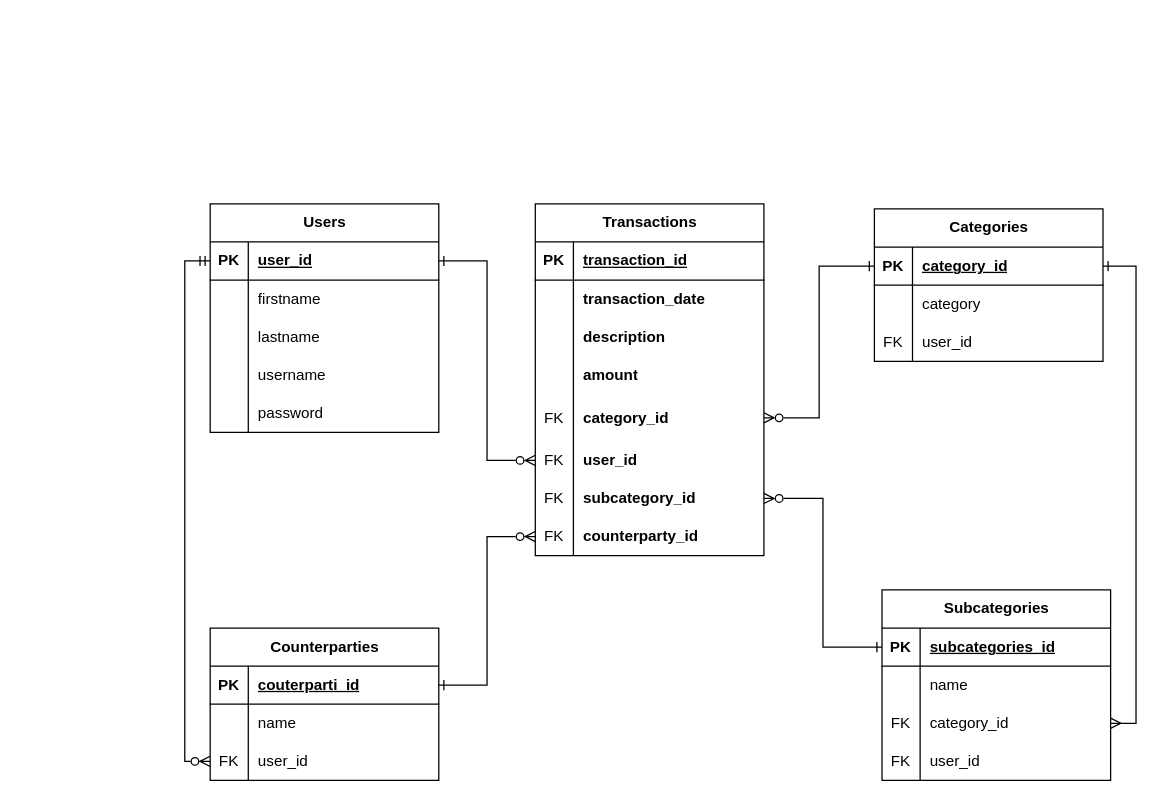
Above: ERDiagram.drawio in lunaf-github/smartbudget (draw.io), before the change. Source tidied: cells renumbered, new cells numbered last; positions are measured from the earlier drawing's top-left corner, leaving out a move shared by most shapes. Both pictures are drawn from the tidied source at 127%, with x=0, y=0 at pixel (210, 203).
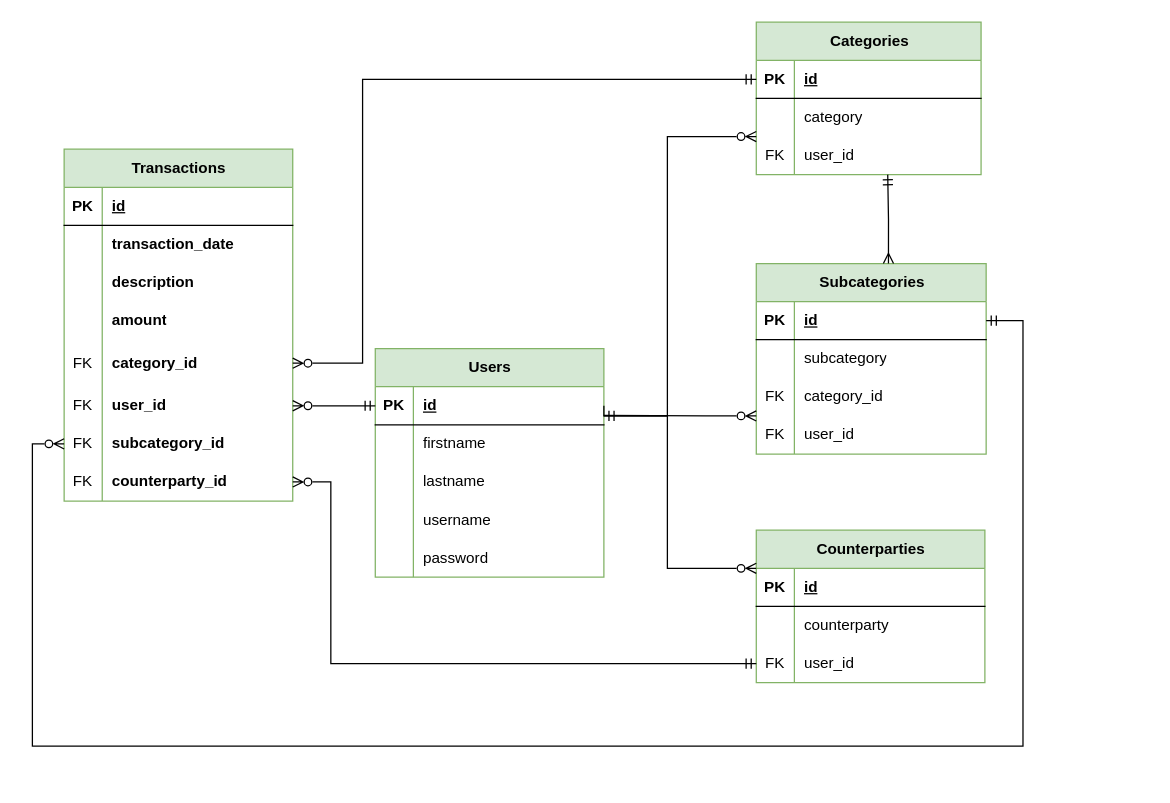
Above is the later version.

Commit message (it also covers changes not shown here):
update ERD diagram

The change refers to these unchanged cells:
```xml
<mxCell id="3" style="shape=tableRow;horizontal=0;startSize=0;swimlaneHead=0;swimlaneBody=0;fillColor=none;top=0;left=0;right=0;bottom=1;" parent="2" vertex="1">
  <mxGeometry y="30" width="180" height="30" as="geometry" />
</mxCell>
<mxCell id="17" value="category_id" style="shape=partialRectangle;fillColor=none;top=0;left=0;bottom=0;right=0;align=left;spacingLeft=6;overflow=hidden;whiteSpace=wrap;html=1;fontStyle=1;" parent="15" vertex="1">
  <mxGeometry x="30" width="150" height="37" as="geometry" />
</mxCell>
<mxCell id="19" value="FK" style="shape=partialRectangle;fillColor=none;top=0;left=0;bottom=0;right=0;overflow=hidden;whiteSpace=wrap;html=1;" parent="18" vertex="1">
  <mxGeometry width="30" height="30" as="geometry" />
</mxCell>
<mxCell id="20" value="user_id" style="shape=partialRectangle;fillColor=none;top=0;left=0;bottom=0;right=0;align=left;spacingLeft=6;overflow=hidden;whiteSpace=wrap;html=1;fontStyle=1;" parent="18" vertex="1">
  <mxGeometry x="30" width="150" height="30" as="geometry" />
</mxCell>
<mxCell id="22" value="FK" style="shape=partialRectangle;fillColor=none;top=0;left=0;bottom=0;right=0;overflow=hidden;whiteSpace=wrap;html=1;" parent="21" vertex="1">
  <mxGeometry width="30" height="30" as="geometry" />
</mxCell>
<mxCell id="23" value="subcategory_id" style="shape=partialRectangle;fillColor=none;top=0;left=0;bottom=0;right=0;align=left;spacingLeft=6;overflow=hidden;whiteSpace=wrap;html=1;fontStyle=1;" parent="21" vertex="1">
  <mxGeometry x="30" width="150" height="30" as="geometry" />
</mxCell>
<mxCell id="24" style="shape=tableRow;horizontal=0;startSize=0;swimlaneHead=0;swimlaneBody=0;fillColor=none;points=[[0,0.5],[1,0.5]];portConstraint=eastwest;top=0;left=0;right=0;bottom=0;" parent="2" vertex="1">
  <mxGeometry y="247" width="180" height="30" as="geometry" />
</mxCell>
<mxCell id="26" value="counterparty_id" style="shape=partialRectangle;fillColor=none;top=0;left=0;bottom=0;right=0;align=left;spacingLeft=6;overflow=hidden;whiteSpace=wrap;html=1;fontStyle=1;" parent="24" vertex="1">
  <mxGeometry x="30" width="150" height="30" as="geometry" />
</mxCell>
<mxCell id="35" value="FK" style="shape=partialRectangle;fillColor=none;top=0;left=0;bottom=0;right=0;overflow=hidden;whiteSpace=wrap;html=1;" parent="34" vertex="1">
  <mxGeometry width="30" height="30" as="geometry" />
</mxCell>
<mxCell id="48" value="FK" style="shape=partialRectangle;fillColor=none;top=0;left=0;bottom=0;right=0;overflow=hidden;whiteSpace=wrap;html=1;" parent="47" vertex="1">
  <mxGeometry width="30" height="30" as="geometry" />
</mxCell>
<mxCell id="53" style="shape=tableRow;horizontal=0;startSize=0;swimlaneHead=0;swimlaneBody=0;fillColor=none;top=0;left=0;right=0;bottom=1;" parent="52" vertex="1">
  <mxGeometry y="30" width="180" height="30" as="geometry" />
</mxCell>
<mxCell id="54" value="PK" style="shape=partialRectangle;fillColor=none;top=0;left=0;bottom=0;right=0;fontStyle=1;overflow=hidden;whiteSpace=wrap;html=1;" parent="53" vertex="1">
  <mxGeometry width="30" height="30" as="geometry" />
</mxCell>
<mxCell id="56" style="shape=tableRow;horizontal=0;startSize=0;swimlaneHead=0;swimlaneBody=0;fillColor=none;top=0;left=0;right=0;bottom=0;" parent="52" vertex="1">
  <mxGeometry y="60" width="180" height="30" as="geometry" />
</mxCell>
<mxCell id="60" value="FK" style="shape=partialRectangle;fillColor=none;top=0;left=0;bottom=0;right=0;overflow=hidden;whiteSpace=wrap;html=1;" parent="59" vertex="1">
  <mxGeometry width="30" height="30" as="geometry" />
</mxCell>
<mxCell id="65" style="shape=tableRow;horizontal=0;startSize=0;swimlaneHead=0;swimlaneBody=0;fillColor=none;top=0;left=0;right=0;bottom=1;" parent="64" vertex="1">
  <mxGeometry y="30" width="180" height="30" as="geometry" />
</mxCell>
<mxCell id="66" value="PK" style="shape=partialRectangle;fillColor=none;top=0;left=0;bottom=0;right=0;fontStyle=1;overflow=hidden;whiteSpace=wrap;html=1;" parent="65" vertex="1">
  <mxGeometry width="30" height="30" as="geometry" />
</mxCell>
```

Change to the diagram source:
```diff
@@
-    <mxCell id="2" value="Transactions" style="shape=table;startSize=30;childLayout=tableLayout;rowLines=0;fontStyle=1;align=center;html=1;" parent="1" vertex="1">
-      <mxGeometry x="256" width="180" height="277" as="geometry" />
+    <mxCell id="2" value="Transactions" style="shape=table;startSize=30;childLayout=tableLayout;rowLines=0;fontStyle=1;align=center;html=1;fillColor=#d5e8d4;strokeColor=#82b366;" parent="1" vertex="1">
+      <mxGeometry x="-115" y="-43" width="180" height="277" as="geometry" />
     </mxCell>
@@
-    <mxCell id="5" value="transaction_id" style="shape=partialRectangle;fillColor=none;top=0;left=0;bottom=0;right=0;align=left;spacingLeft=6;fontStyle=5;overflow=hidden;whiteSpace=wrap;html=1;" parent="3" vertex="1">
+    <mxCell id="5" value="id" style="shape=partialRectangle;fillColor=none;top=0;left=0;bottom=0;right=0;align=left;spacingLeft=6;fontStyle=5;overflow=hidden;whiteSpace=wrap;html=1;" parent="3" vertex="1">
       <mxGeometry x="30" width="150" height="30" as="geometry" />
     </mxCell>
@@
-    <mxCell id="27" value="Categories" style="shape=table;startSize=30;childLayout=tableLayout;rowLines=0;fontStyle=1;align=center;html=1;" parent="1" vertex="1">
-      <mxGeometry x="523" y="4" width="180" height="120" as="geometry" />
+    <mxCell id="27" value="Categories" style="shape=table;startSize=30;childLayout=tableLayout;rowLines=0;fontStyle=1;align=center;html=1;fillColor=#d5e8d4;strokeColor=#82b366;" parent="1" vertex="1">
+      <mxGeometry x="430" y="-143" width="177" height="120" as="geometry" />
     </mxCell>
     <mxCell id="28" style="shape=tableRow;horizontal=0;startSize=0;swimlaneHead=0;swimlaneBody=0;fillColor=none;points=[[0,0.5],[1,0.5]];portConstraint=eastwest;top=0;left=0;right=0;bottom=1;" parent="27" vertex="1">
-      <mxGeometry y="30" width="180" height="30" as="geometry" />
+      <mxGeometry y="30" width="177" height="30" as="geometry" />
     </mxCell>
@@
-    <mxCell id="30" value="category_id" style="shape=partialRectangle;fillColor=none;top=0;left=0;bottom=0;right=0;align=left;spacingLeft=6;fontStyle=5;overflow=hidden;whiteSpace=wrap;html=1;" parent="28" vertex="1">
-      <mxGeometry x="30" width="150" height="30" as="geometry" />
+    <mxCell id="30" value="id" style="shape=partialRectangle;fillColor=none;top=0;left=0;bottom=0;right=0;align=left;spacingLeft=6;fontStyle=5;overflow=hidden;whiteSpace=wrap;html=1;" parent="28" vertex="1">
+      <mxGeometry x="30" width="147" height="30" as="geometry" />
     </mxCell>
     <mxCell id="31" style="shape=tableRow;horizontal=0;startSize=0;swimlaneHead=0;swimlaneBody=0;fillColor=none;top=0;left=0;right=0;bottom=0;" parent="27" vertex="1">
-      <mxGeometry y="60" width="180" height="30" as="geometry" />
+      <mxGeometry y="60" width="177" height="30" as="geometry" />
     </mxCell>
@@
     <mxCell id="33" value="category" style="shape=partialRectangle;fillColor=none;top=0;left=0;bottom=0;right=0;align=left;spacingLeft=6;overflow=hidden;whiteSpace=wrap;html=1;" parent="31" vertex="1">
-      <mxGeometry x="30" width="150" height="30" as="geometry" />
+      <mxGeometry x="30" width="147" height="30" as="geometry" />
     </mxCell>
     <mxCell id="34" style="shape=tableRow;horizontal=0;startSize=0;swimlaneHead=0;swimlaneBody=0;fillColor=none;top=0;left=0;right=0;bottom=0;" parent="27" vertex="1">
-      <mxGeometry y="90" width="180" height="30" as="geometry" />
+      <mxGeometry y="90" width="177" height="30" as="geometry" />
     </mxCell>
@@
     <mxCell id="36" value="user_id" style="shape=partialRectangle;fillColor=none;top=0;left=0;bottom=0;right=0;align=left;spacingLeft=6;overflow=hidden;whiteSpace=wrap;html=1;" parent="34" vertex="1">
-      <mxGeometry x="30" width="150" height="30" as="geometry" />
+      <mxGeometry x="30" width="147" height="30" as="geometry" />
     </mxCell>
-    <mxCell id="37" value="Subcategories" style="shape=table;startSize=30;childLayout=tableLayout;rowLines=0;fontStyle=1;align=center;html=1;" parent="1" vertex="1">
-      <mxGeometry x="529" y="304" width="180" height="150" as="geometry" />
+    <mxCell id="37" value="Subcategories" style="shape=table;startSize=30;childLayout=tableLayout;rowLines=0;fontStyle=1;align=center;html=1;fillColor=#d5e8d4;strokeColor=#82b366;" parent="1" vertex="1">
+      <mxGeometry x="430" y="47" width="181" height="150" as="geometry" />
     </mxCell>
     <mxCell id="38" style="shape=tableRow;horizontal=0;startSize=0;swimlaneHead=0;swimlaneBody=0;fillColor=none;points=[[0,0.5],[1,0.5]];portConstraint=eastwest;top=0;left=0;right=0;bottom=1;" parent="37" vertex="1">
-      <mxGeometry y="30" width="180" height="30" as="geometry" />
+      <mxGeometry y="30" width="181" height="30" as="geometry" />
     </mxCell>
@@
-    <mxCell id="40" value="subcategories_id" style="shape=partialRectangle;fillColor=none;top=0;left=0;bottom=0;right=0;align=left;spacingLeft=6;fontStyle=5;overflow=hidden;whiteSpace=wrap;html=1;" parent="38" vertex="1">
-      <mxGeometry x="30" width="150" height="30" as="geometry" />
+    <mxCell id="40" value="id" style="shape=partialRectangle;fillColor=none;top=0;left=0;bottom=0;right=0;align=left;spacingLeft=6;fontStyle=5;overflow=hidden;whiteSpace=wrap;html=1;" parent="38" vertex="1">
+      <mxGeometry x="30" width="151" height="30" as="geometry" />
     </mxCell>
     <mxCell id="41" style="shape=tableRow;horizontal=0;startSize=0;swimlaneHead=0;swimlaneBody=0;fillColor=none;top=0;left=0;right=0;bottom=0;" parent="37" vertex="1">
-      <mxGeometry y="60" width="180" height="30" as="geometry" />
+      <mxGeometry y="60" width="181" height="30" as="geometry" />
     </mxCell>
@@
-    <mxCell id="43" value="name" style="shape=partialRectangle;fillColor=none;top=0;left=0;bottom=0;right=0;align=left;spacingLeft=6;overflow=hidden;whiteSpace=wrap;html=1;" parent="41" vertex="1">
-      <mxGeometry x="30" width="150" height="30" as="geometry" />
+    <mxCell id="43" value="subcategory" style="shape=partialRectangle;fillColor=none;top=0;left=0;bottom=0;right=0;align=left;spacingLeft=6;overflow=hidden;whiteSpace=wrap;html=1;" parent="41" vertex="1">
+      <mxGeometry x="30" width="151" height="30" as="geometry" />
     </mxCell>
     <mxCell id="44" style="shape=tableRow;horizontal=0;startSize=0;swimlaneHead=0;swimlaneBody=0;fillColor=none;points=[[0,0.5],[1,0.5]];portConstraint=eastwest;top=0;left=0;right=0;bottom=0;" parent="37" vertex="1">
-      <mxGeometry y="90" width="180" height="30" as="geometry" />
+      <mxGeometry y="90" width="181" height="30" as="geometry" />
     </mxCell>
@@
     <mxCell id="46" value="category_id" style="shape=partialRectangle;fillColor=none;top=0;left=0;bottom=0;right=0;align=left;spacingLeft=6;overflow=hidden;whiteSpace=wrap;html=1;" parent="44" vertex="1">
-      <mxGeometry x="30" width="150" height="30" as="geometry" />
+      <mxGeometry x="30" width="151" height="30" as="geometry" />
     </mxCell>
     <mxCell id="47" style="shape=tableRow;horizontal=0;startSize=0;swimlaneHead=0;swimlaneBody=0;fillColor=none;top=0;left=0;right=0;bottom=0;" parent="37" vertex="1">
-      <mxGeometry y="120" width="180" height="30" as="geometry" />
+      <mxGeometry y="120" width="181" height="30" as="geometry" />
     </mxCell>
@@
     <mxCell id="49" value="user_id" style="shape=partialRectangle;fillColor=none;top=0;left=0;bottom=0;right=0;align=left;spacingLeft=6;overflow=hidden;whiteSpace=wrap;html=1;" parent="47" vertex="1">
-      <mxGeometry x="30" width="150" height="30" as="geometry" />
+      <mxGeometry x="30" width="151" height="30" as="geometry" />
     </mxCell>
-    <mxCell id="50" style="edgeStyle=orthogonalEdgeStyle;rounded=0;jettySize=auto;html=1;exitX=0;exitY=0.5;exitDx=0;exitDy=0;entryX=1;entryY=0.5;entryDx=0;entryDy=0;elbow=vertical;endArrow=ERzeroToMany;endFill=0;startArrow=ERone;startFill=0;" parent="1" edge="1" source="38" target="23">
-      <mxGeometry relative="1" as="geometry" />
+    <mxCell id="50" style="edgeStyle=orthogonalEdgeStyle;rounded=0;jettySize=auto;html=1;exitX=1;exitY=0.5;exitDx=0;exitDy=0;entryX=0;entryY=0.5;entryDx=0;entryDy=0;elbow=vertical;endArrow=ERzeroToMany;endFill=0;startArrow=ERmandOne;startFill=0;" parent="1" edge="1" source="40" target="22">
+      <mxGeometry relative="1" as="geometry">
+        <Array as="points">
+          <mxPoint x="640" y="92" />
+          <mxPoint x="640" y="427" />
+          <mxPoint x="-140" y="427" />
+          <mxPoint x="-140" y="189" />
+        </Array>
+      </mxGeometry>
     </mxCell>
-    <mxCell id="51" style="edgeStyle=orthogonalEdgeStyle;rounded=0;jettySize=auto;html=1;exitX=0;exitY=0.5;exitDx=0;exitDy=0;entryX=1;entryY=0.5;entryDx=0;entryDy=0;endArrow=ERzeroToMany;endFill=0;startArrow=ERone;startFill=0;" parent="1" edge="1" source="28" target="17">
-      <mxGeometry relative="1" as="geometry" />
+    <mxCell id="51" style="edgeStyle=orthogonalEdgeStyle;rounded=0;jettySize=auto;html=1;exitX=0;exitY=0.5;exitDx=0;exitDy=0;entryX=1;entryY=0.5;entryDx=0;entryDy=0;endArrow=ERzeroToMany;endFill=0;startArrow=ERmandOne;startFill=0;" parent="1" edge="1" source="28" target="17">
+      <mxGeometry relative="1" as="geometry">
+        <Array as="points">
+          <mxPoint x="120" y="-98" />
+          <mxPoint x="120" y="126" />
+        </Array>
+      </mxGeometry>
     </mxCell>
-    <mxCell id="52" value="Counterparties" style="shape=table;startSize=30;childLayout=tableLayout;rowLines=0;fontStyle=1;align=center;html=1;" parent="1" vertex="1">
-      <mxGeometry y="334" width="180" height="120" as="geometry" />
+    <mxCell id="52" value="Counterparties" style="shape=table;startSize=30;childLayout=tableLayout;rowLines=0;fontStyle=1;align=center;html=1;fillColor=#d5e8d4;strokeColor=#82b366;" parent="1" vertex="1">
+      <mxGeometry x="430" y="257" width="180" height="120" as="geometry" />
     </mxCell>
@@
-    <mxCell id="55" value="couterparti_id" style="shape=partialRectangle;fillColor=none;top=0;left=0;bottom=0;right=0;align=left;spacingLeft=6;fontStyle=5;overflow=hidden;whiteSpace=wrap;html=1;" parent="53" vertex="1">
+    <mxCell id="55" value="id" style="shape=partialRectangle;fillColor=none;top=0;left=0;bottom=0;right=0;align=left;spacingLeft=6;fontStyle=5;overflow=hidden;whiteSpace=wrap;html=1;" parent="53" vertex="1">
       <mxGeometry x="30" width="150" height="30" as="geometry" />
     </mxCell>
@@
-    <mxCell id="58" value="name" style="shape=partialRectangle;fillColor=none;top=0;left=0;bottom=0;right=0;align=left;spacingLeft=6;overflow=hidden;whiteSpace=wrap;html=1;" parent="56" vertex="1">
+    <mxCell id="58" value="counterparty" style="shape=partialRectangle;fillColor=none;top=0;left=0;bottom=0;right=0;align=left;spacingLeft=6;overflow=hidden;whiteSpace=wrap;html=1;" parent="56" vertex="1">
       <mxGeometry x="30" width="150" height="30" as="geometry" />
     </mxCell>
@@
-    <mxCell id="62" style="edgeStyle=orthogonalEdgeStyle;rounded=0;jettySize=auto;html=1;exitX=1;exitY=0.5;exitDx=0;exitDy=0;entryX=0;entryY=0.5;entryDx=0;entryDy=0;endArrow=ERzeroToMany;endFill=0;startArrow=ERone;startFill=0;" parent="1" edge="1" source="55" target="24">
-      <mxGeometry relative="1" as="geometry" />
+    <mxCell id="62" style="edgeStyle=orthogonalEdgeStyle;rounded=0;jettySize=auto;html=1;exitX=0;exitY=0.5;exitDx=0;exitDy=0;entryX=1;entryY=0.5;entryDx=0;entryDy=0;endArrow=ERzeroToMany;endFill=0;startArrow=ERmandOne;startFill=0;" parent="1" edge="1" source="60" target="26">
+      <mxGeometry relative="1" as="geometry">
+        <Array as="points">
+          <mxPoint x="95" y="362" />
+          <mxPoint x="95" y="219" />
+        </Array>
+      </mxGeometry>
     </mxCell>
-    <mxCell id="63" style="edgeStyle=orthogonalEdgeStyle;rounded=0;jettySize=auto;html=1;exitX=1;exitY=0.5;exitDx=0;exitDy=0;entryX=1;entryY=0.5;entryDx=0;entryDy=0;endArrow=ERone;endFill=0;startArrow=ERmany;startFill=0;" parent="1" edge="1" source="44" target="28">
+    <mxCell id="63" style="edgeStyle=orthogonalEdgeStyle;rounded=0;jettySize=auto;html=1;exitX=0.575;exitY=0;exitDx=0;exitDy=0;entryX=0.5;entryY=1;entryDx=0;entryDy=0;endArrow=ERmandOne;endFill=0;startArrow=ERmany;startFill=0;exitPerimeter=0;" parent="1" edge="1" source="37" target="36">
       <mxGeometry relative="1" as="geometry" />
     </mxCell>
-    <mxCell id="64" value="Users" style="shape=table;startSize=30;childLayout=tableLayout;rowLines=0;fontStyle=1;align=center;html=1;" parent="1" vertex="1">
-      <mxGeometry width="180" height="180" as="geometry" />
+    <mxCell id="64" value="Users" style="shape=table;startSize=30;childLayout=tableLayout;rowLines=0;fontStyle=1;align=center;html=1;fillColor=#d5e8d4;strokeColor=#82b366;" parent="1" vertex="1">
+      <mxGeometry x="130" y="114" width="180" height="180" as="geometry" />
     </mxCell>
@@
-    <mxCell id="67" value="user_id" style="shape=partialRectangle;fillColor=none;top=0;left=0;bottom=0;right=0;align=left;spacingLeft=6;fontStyle=5;overflow=hidden;whiteSpace=wrap;html=1;" parent="65" vertex="1">
+    <mxCell id="67" value="id" style="shape=partialRectangle;fillColor=none;top=0;left=0;bottom=0;right=0;align=left;spacingLeft=6;fontStyle=5;overflow=hidden;whiteSpace=wrap;html=1;" parent="65" vertex="1">
       <mxGeometry x="30" width="150" height="30" as="geometry" />
     </mxCell>
@@
-    <mxCell id="80" style="edgeStyle=orthogonalEdgeStyle;rounded=0;hachureGap=4;jettySize=auto;html=1;exitX=0;exitY=0.5;exitDx=0;exitDy=0;entryX=1;entryY=0.5;entryDx=0;entryDy=0;fontFamily=Architects Daughter;startArrow=ERzeroToMany;startFill=0;endArrow=ERone;endFill=0;" parent="1" edge="1" source="19" target="67">
+    <mxCell id="80" style="edgeStyle=orthogonalEdgeStyle;rounded=0;hachureGap=4;jettySize=auto;html=1;exitX=1;exitY=0.5;exitDx=0;exitDy=0;entryX=0;entryY=0.5;entryDx=0;entryDy=0;fontFamily=Architects Daughter;startArrow=ERzeroToMany;startFill=0;endArrow=ERmandOne;endFill=0;" parent="1" edge="1" source="20" target="66">
       <mxGeometry relative="1" as="geometry" />
     </mxCell>
-    <mxCell id="81" style="edgeStyle=orthogonalEdgeStyle;rounded=0;hachureGap=4;jettySize=auto;html=1;exitX=0;exitY=0.5;exitDx=0;exitDy=0;entryX=0;entryY=0.5;entryDx=0;entryDy=0;fontFamily=Architects Daughter;endArrow=ERmandOne;endFill=0;startArrow=ERzeroToMany;startFill=0;" parent="1" edge="1" source="60" target="66">
-      <mxGeometry relative="1" as="geometry" />
+    <mxCell id="81" style="edgeStyle=orthogonalEdgeStyle;rounded=0;hachureGap=4;jettySize=auto;html=1;fontFamily=Architects Daughter;endArrow=ERmandOne;endFill=0;startArrow=ERzeroToMany;startFill=0;exitX=0;exitY=0;exitDx=0;exitDy=0;" parent="1" edge="1" source="54">
+      <mxGeometry relative="1" as="geometry">
+        <mxPoint x="310" y="167" as="targetPoint" />
+        <Array as="points">
+          <mxPoint x="360" y="287" />
+          <mxPoint x="360" y="167" />
+          <mxPoint x="310" y="167" />
+        </Array>
+      </mxGeometry>
     </mxCell>
+    <mxCell id="82" style="edgeStyle=orthogonalEdgeStyle;rounded=0;jettySize=auto;html=1;exitX=0;exitY=0;exitDx=0;exitDy=0;entryX=1;entryY=0.5;entryDx=0;entryDy=0;endArrow=none;endFill=0;startArrow=ERzeroToMany;startFill=0;" parent="1" edge="1" source="35" target="67">
+      <mxGeometry relative="1" as="geometry">
+        <Array as="points">
+          <mxPoint x="360" y="-53" />
+          <mxPoint x="360" y="167" />
+          <mxPoint x="310" y="167" />
+        </Array>
+      </mxGeometry>
+    </mxCell>
+    <mxCell id="83" style="edgeStyle=orthogonalEdgeStyle;rounded=0;jettySize=auto;html=1;entryX=1;entryY=0.75;entryDx=0;entryDy=0;endArrow=none;endFill=0;startArrow=ERzeroToMany;startFill=0;exitX=0;exitY=0;exitDx=0;exitDy=0;" parent="1" edge="1" source="48" target="67">
+      <mxGeometry relative="1" as="geometry">
+        <Array as="points">
+          <mxPoint x="390" y="167" />
+          <mxPoint x="390" y="167" />
+        </Array>
+      </mxGeometry>
+    </mxCell>
```
